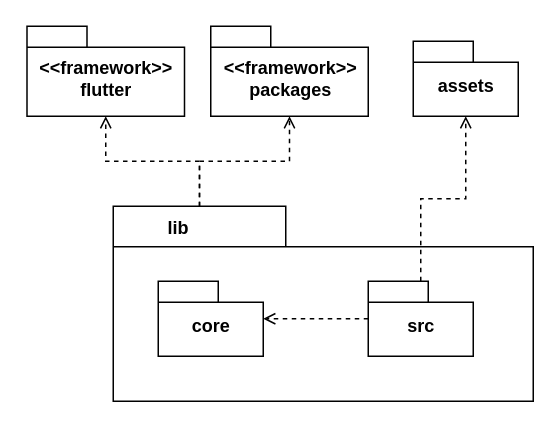
This is page "packages" (4 of 5) of Diagrams/diagram.drawio from khaledfathi/Flutter_task_12, a draw.io file, before an edit. Source tidied: cells renumbered, new cells numbered last; positions are measured from the earlier drawing's top-left corner, leaving out a move shared by most shapes. Both pictures are drawn from the tidied source at 150%, with x=0, y=0 at pixel (26, 26).
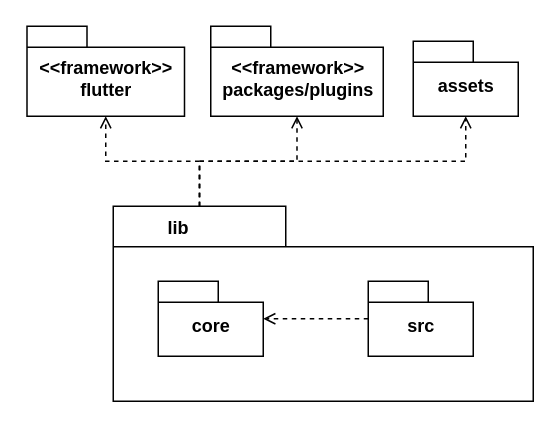
After the change.

The edit, as a diff of the source:
```diff
@@
 <mxGraphModel>
   <root>
     <mxCell id="0" />
     <mxCell id="1" parent="0" />
     <mxCell id="2" style="edgeStyle=orthogonalEdgeStyle;rounded=0;jettySize=auto;html=1;dashed=1;endArrow=open;endFill=0;exitX=0;exitY=0;exitDx=57.5;exitDy=0;exitPerimeter=0;entryX=0.5;entryY=1;entryDx=0;entryDy=0;entryPerimeter=0;" parent="1" edge="1" source="4" target="10">
       <mxGeometry relative="1" as="geometry" />
     </mxCell>
     <mxCell id="3" style="edgeStyle=orthogonalEdgeStyle;rounded=0;jettySize=auto;html=1;dashed=1;endArrow=open;endFill=0;exitX=0;exitY=0;exitDx=57.5;exitDy=0;exitPerimeter=0;entryX=0.5;entryY=1;entryDx=0;entryDy=0;entryPerimeter=0;" parent="1" edge="1" source="4" target="9">
       <mxGeometry relative="1" as="geometry" />
     </mxCell>
     <mxCell id="4" value="&lt;span style=&quot;white-space: pre;&quot;&gt;&#9;&lt;/span&gt;lib" style="shape=folder;fontStyle=1;spacingTop=3;tabWidth=115;tabHeight=27;tabPosition=left;html=1;fillColor=#FFFFFF;align=left;verticalAlign=top;spacing=0;spacingLeft=10;" parent="1" vertex="1">
       <mxGeometry x="58" y="120" width="280" height="130" as="geometry" />
     </mxCell>
     <mxCell id="5" value="core" style="shape=folder;fontStyle=1;spacingTop=10;tabWidth=40;tabHeight=14;tabPosition=left;html=1;fillColor=#FFFFFF;" parent="1" vertex="1">
       <mxGeometry x="88" y="170" width="70" height="50" as="geometry" />
     </mxCell>
     <mxCell id="6" style="edgeStyle=orthogonalEdgeStyle;rounded=0;jettySize=auto;html=1;dashed=1;endArrow=open;endFill=0;" parent="1" edge="1" source="8" target="5">
       <mxGeometry relative="1" as="geometry" />
     </mxCell>
-    <mxCell id="7" style="edgeStyle=orthogonalEdgeStyle;rounded=0;jettySize=auto;html=1;entryX=0.5;entryY=1;entryDx=0;entryDy=0;entryPerimeter=0;endArrow=open;endFill=0;dashed=1;" parent="1" edge="1" source="8" target="11">
+    <mxCell id="7" style="edgeStyle=orthogonalEdgeStyle;rounded=0;jettySize=auto;html=1;entryX=0.5;entryY=1;entryDx=0;entryDy=0;entryPerimeter=0;endArrow=open;endFill=0;dashed=1;exitX=0;exitY=0;exitDx=57.5;exitDy=0;exitPerimeter=0;" parent="1" edge="1" source="4" target="11">
       <mxGeometry relative="1" as="geometry" />
     </mxCell>
     <mxCell id="8" value="src" style="shape=folder;fontStyle=1;spacingTop=10;tabWidth=40;tabHeight=14;tabPosition=left;html=1;fillColor=#FFFFFF;" parent="1" vertex="1">
       <mxGeometry x="228" y="170" width="70" height="50" as="geometry" />
     </mxCell>
     <mxCell id="9" value="&amp;lt;&amp;lt;framework&amp;gt;&amp;gt;&lt;br&gt;flutter" style="shape=folder;fontStyle=1;spacingTop=10;tabWidth=40;tabHeight=14;tabPosition=left;html=1;fillColor=#FFFFFF;" parent="1" vertex="1">
       <mxGeometry x="0.5" width="105" height="60" as="geometry" />
     </mxCell>
-    <mxCell id="10" value="&amp;lt;&amp;lt;framework&amp;gt;&amp;gt;&lt;br&gt;packages" style="shape=folder;fontStyle=1;spacingTop=10;tabWidth=40;tabHeight=14;tabPosition=left;html=1;fillColor=#FFFFFF;" parent="1" vertex="1">
-      <mxGeometry x="123" width="105" height="60" as="geometry" />
+    <mxCell id="10" value="&amp;lt;&amp;lt;framework&amp;gt;&amp;gt;&lt;br&gt;packages/plugins" style="shape=folder;fontStyle=1;spacingTop=10;tabWidth=40;tabHeight=14;tabPosition=left;html=1;fillColor=#FFFFFF;" parent="1" vertex="1">
+      <mxGeometry x="123" width="115" height="60" as="geometry" />
     </mxCell>
     <mxCell id="11" value="assets" style="shape=folder;fontStyle=1;spacingTop=10;tabWidth=40;tabHeight=14;tabPosition=left;html=1;fillColor=#FFFFFF;" parent="1" vertex="1">
       <mxGeometry x="258" y="10" width="70" height="50" as="geometry" />
     </mxCell>
   </root>
 </mxGraphModel>
```
